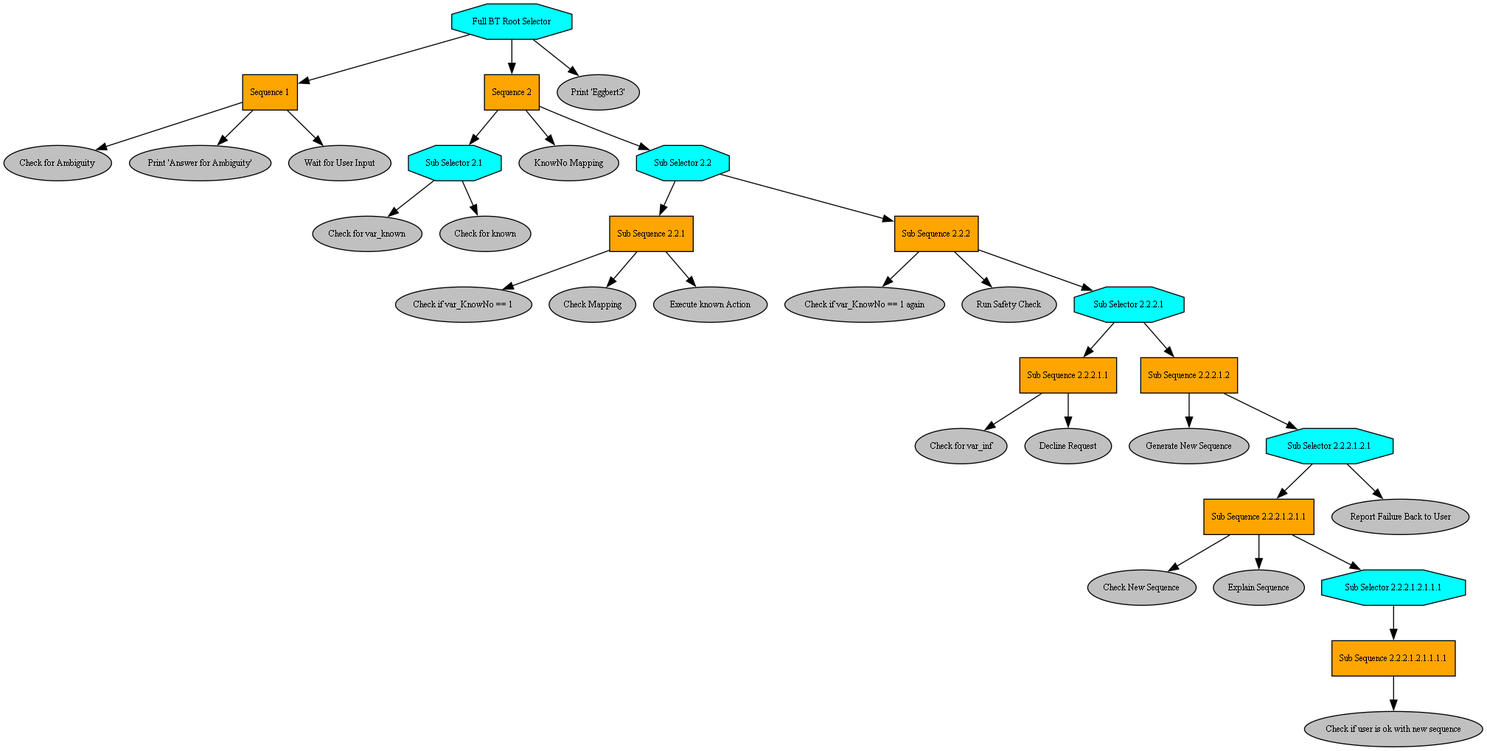
This is BT_Framework/full_bt_root_selector.png from 1Eggbert7/BT_LLM, a Graphviz export, as it was before one commit. Its source is kept beside it as BT_Framework/full_bt_root_selector.dot.
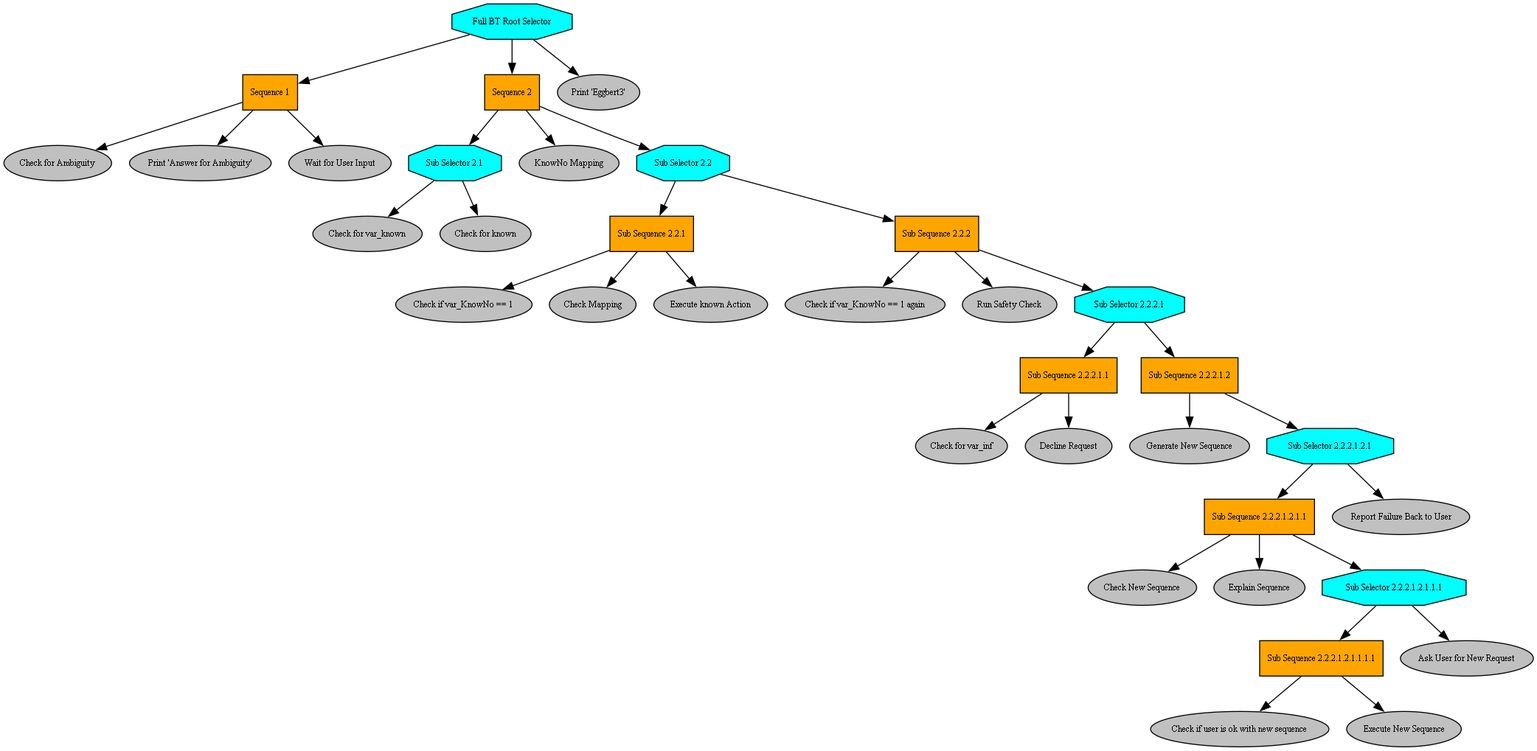
The same diagram one commit later.

The edit, as a diff of the source:
```diff
@@ -64,6 +64,10 @@
 "Sub Selector 2.2.2.1.2.1.1.1" -> "Sub Sequence 2.2.2.1.2.1.1.1.1";
 "Check if user is ok with new sequence" [fillcolor=gray, fontcolor=black, fontsize=9, label="Check if user is ok with new sequence", shape=ellipse, style=filled];
 "Sub Sequence 2.2.2.1.2.1.1.1.1" -> "Check if user is ok with new sequence";
+"Execute New Sequence" [fillcolor=gray, fontcolor=black, fontsize=9, label="Execute New Sequence", shape=ellipse, style=filled];
+"Sub Sequence 2.2.2.1.2.1.1.1.1" -> "Execute New Sequence";
+"Ask User for New Request" [fillcolor=gray, fontcolor=black, fontsize=9, label="Ask User for New Request", shape=ellipse, style=filled];
+"Sub Selector 2.2.2.1.2.1.1.1" -> "Ask User for New Request";
 "Report Failure Back to User" [fillcolor=gray, fontcolor=black, fontsize=9, label="Report Failure Back to User", shape=ellipse, style=filled];
 "Sub Selector 2.2.2.1.2.1" -> "Report Failure Back to User";
 "Print 'Eggbert3'" [fillcolor=gray, fontcolor=black, fontsize=9, label="Print 'Eggbert3'", shape=ellipse, style=filled];
```
